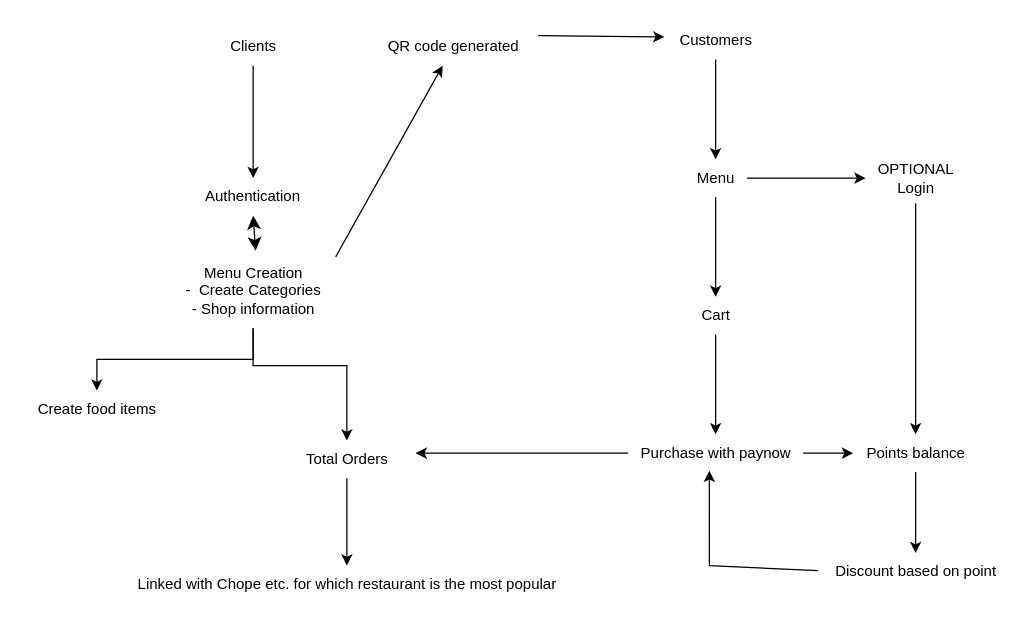
vrsb99/IEEE keeps this draw.io diagram as Plan.drawio. Above is the earlier version. Source tidied: cells renumbered, new cells numbered last; positions are measured from the earlier drawing's top-left corner, leaving out a move shared by most shapes. Both pictures are drawn from the tidied source at 125%, with x=0, y=0 at pixel (21, 21).
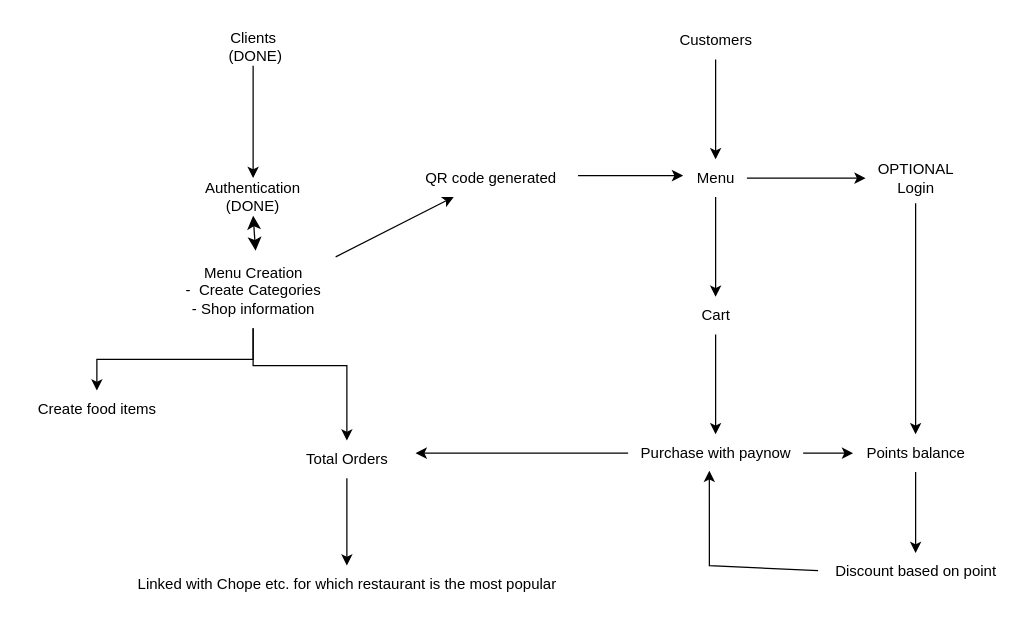
After the change.

The change refers to these unchanged cells:
```xml
<mxCell id="11" value="&lt;div&gt;Customers&lt;/div&gt;" style="text;html=1;align=center;verticalAlign=middle;points=[];strokeColor=none;fillColor=none;" parent="1" vertex="1">
  <mxGeometry x="515" width="80" height="30" as="geometry" />
</mxCell>
<mxCell id="14" value="&lt;div&gt;Menu&lt;/div&gt;" style="text;html=1;align=center;verticalAlign=middle;points=[];strokeColor=none;fillColor=none;" parent="1" vertex="1">
  <mxGeometry x="530" y="110" width="50" height="30" as="geometry" />
</mxCell>
```

Diff of the diagram source:
```diff
@@
-    <mxCell id="2" value="&lt;div&gt;Authentication&lt;/div&gt;" style="text;html=1;strokeColor=none;fillColor=none;align=center;verticalAlign=middle;whiteSpace=wrap;rounded=0;" parent="1" vertex="1">
+    <mxCell id="2" value="&lt;div&gt;Authentication&lt;/div&gt;&lt;div&gt;(DONE)&lt;br&gt;&lt;/div&gt;" style="text;html=1;strokeColor=none;fillColor=none;align=center;verticalAlign=middle;whiteSpace=wrap;rounded=0;" parent="1" vertex="1">
       <mxGeometry x="155" y="125" width="60" height="30" as="geometry" />
     </mxCell>
-    <mxCell id="3" value="&lt;div&gt;Clients&lt;/div&gt;" style="text;html=1;align=center;verticalAlign=middle;strokeColor=none;fillColor=none;" parent="1" vertex="1">
-      <mxGeometry x="155" y="5" width="60" height="30" as="geometry" />
+    <mxCell id="3" value="&lt;div&gt;Clients&lt;/div&gt;&amp;nbsp;(DONE)" style="text;html=1;align=center;verticalAlign=middle;strokeColor=none;fillColor=none;" parent="1" vertex="1">
+      <mxGeometry x="150" width="70" height="40" as="geometry" />
     </mxCell>
@@
     <mxCell id="17" value="QR code generated" style="text;html=1;align=center;verticalAlign=middle;points=[];strokeColor=none;fillColor=none;" parent="1" vertex="1">
-      <mxGeometry x="280" y="5" width="130" height="30" as="geometry" />
+      <mxGeometry x="310" y="110" width="130" height="30" as="geometry" />
     </mxCell>
@@
-    <mxCell id="19" style="endArrow=classic;html=1;rounded=0;exitX=1.023;exitY=0.2;exitDx=0;exitDy=0;exitPerimeter=0;entryX=-0.012;entryY=0.4;entryDx=0;entryDy=0;entryPerimeter=0;" parent="1" edge="1" source="17" target="11">
+    <mxCell id="19" style="endArrow=classic;html=1;rounded=0;exitX=1.038;exitY=0.433;exitDx=0;exitDy=0;exitPerimeter=0;entryX=-0.02;entryY=0.433;entryDx=0;entryDy=0;entryPerimeter=0;" parent="1" edge="1" source="17" target="14">
       <mxGeometry relative="1" as="geometry" />
     </mxCell>
```
